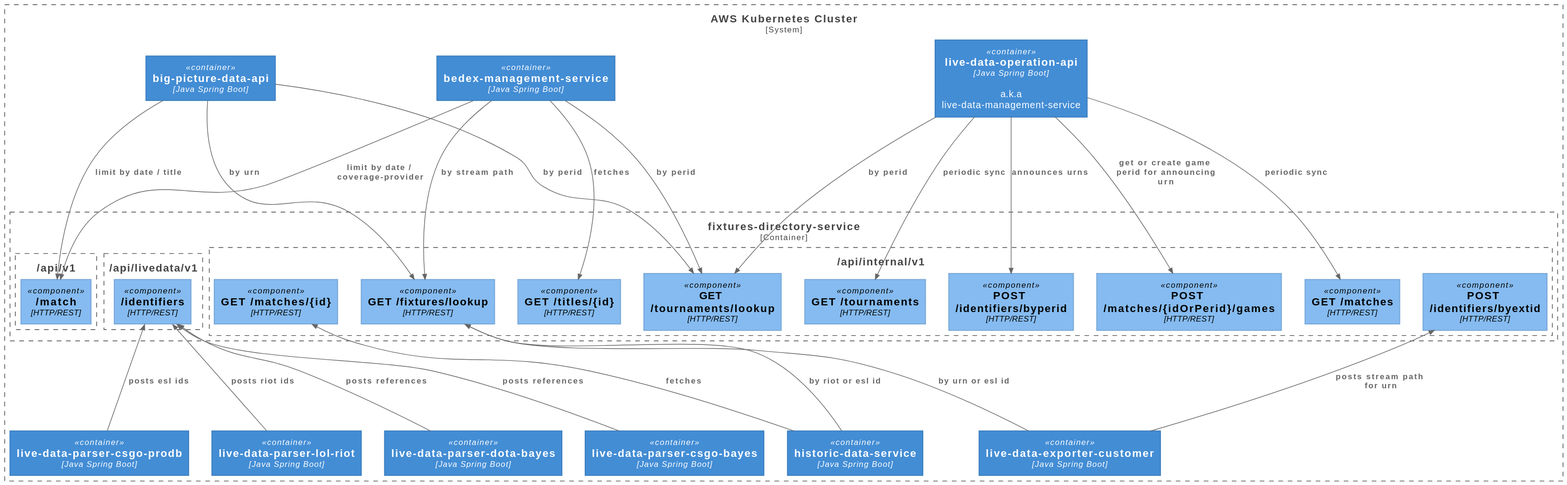
Earlier version of the PlantUML export out/fixtures-directory-endpoints/C4_Elements.svg (frederik-bayes/architecture).
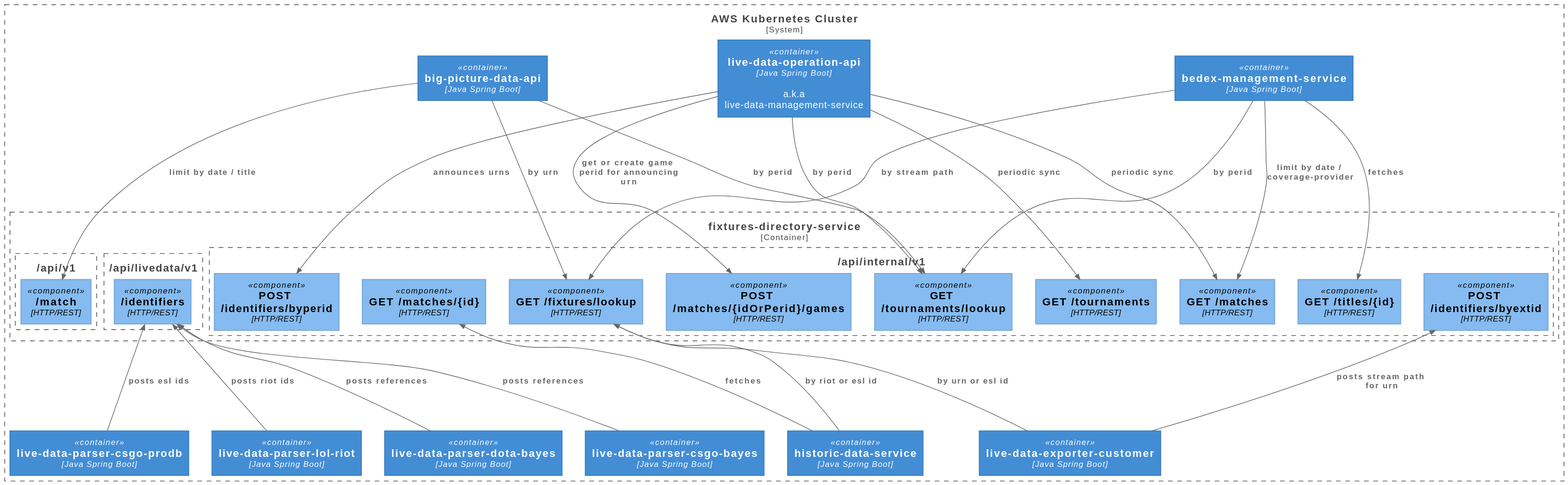
The same diagram one commit later.

Commit message:
added changes to fd endpoint usages

Diff of the diagram source:
```diff
@@ -24,6 +24,7 @@
             Component(fd_public_api_match, "/match", "HTTP/REST")
         }
     }
+    Container(bdx_mgmt_service, "bedex-management-service", "Java Spring Boot")
     Container(ldo_api, "live-data-operation-api", "Java Spring Boot", "a.k.a live-data-management-service")
     Container(ld_parser_csgo_prodb, "live-data-parser-csgo-prodb", "Java Spring Boot")
     Container(ld_parser_lol_riot, "live-data-parser-lol-riot", "Java Spring Boot")
@@ -32,7 +33,6 @@
     Container(ld_exporter_customer, "live-data-exporter-customer", "Java Spring Boot")
     Container(historic_data_service, "historic-data-service", "Java Spring Boot")
     Container(bp_api, "big-picture-data-api", "Java Spring Boot")
-    Container(bdx_mgmt_service, "bedex-management-service", "Java Spring Boot")
 
     Rel(ldo_api, fd_internal_api_matches, "periodic sync")
     Rel(ldo_api, fd_internal_api_tournaments, "periodic sync")
@@ -42,7 +42,7 @@
     Rel(bdx_mgmt_service, fd_internal_api_fixtures_lookup, "by stream path")
     Rel(bdx_mgmt_service, fd_internal_api_tournaments_lu, "by perid")
     Rel(bdx_mgmt_service, fd_internal_api_titles_by_id, "fetches")
-    Rel(bdx_mgmt_service, fd_public_api_match, "limit by date / coverage-provider")
+    Rel(bdx_mgmt_service, fd_internal_api_matches, "limit by date / coverage-provider")
     Rel(bp_api, fd_internal_api_fixtures_lookup, "by urn")
     Rel(bp_api, fd_internal_api_tournaments_lu, "by perid")
     Rel(bp_api, fd_public_api_match, "limit by date / title")
```
